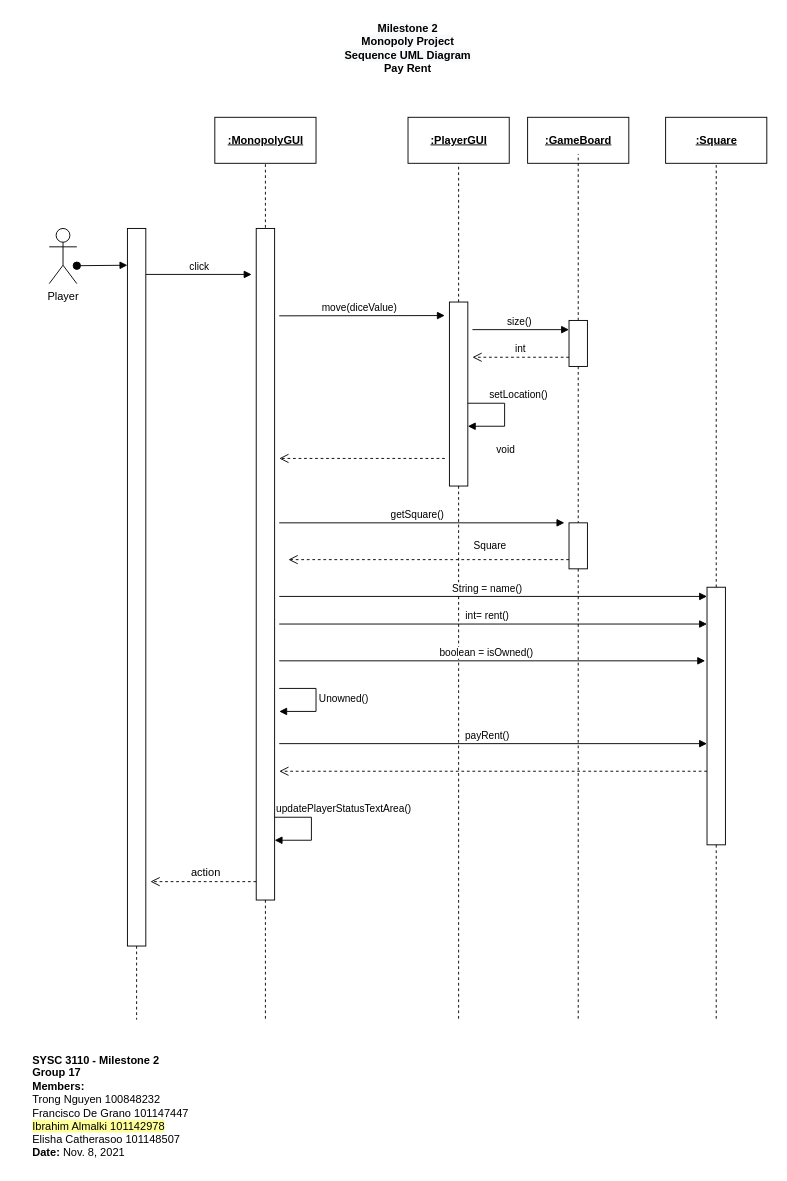
Earlier version of the draw.io diagram page "SequenceUML_3" (4 of 5) of M2_ClassUML.drawio (trong0dn/monopoly). Source tidied: cells renumbered, new cells numbered last; positions are measured from the earlier drawing's top-left corner, leaving out a move shared by most shapes. Both pictures are drawn from the tidied source at 92%, with x=0, y=0 at pixel (30, 16).
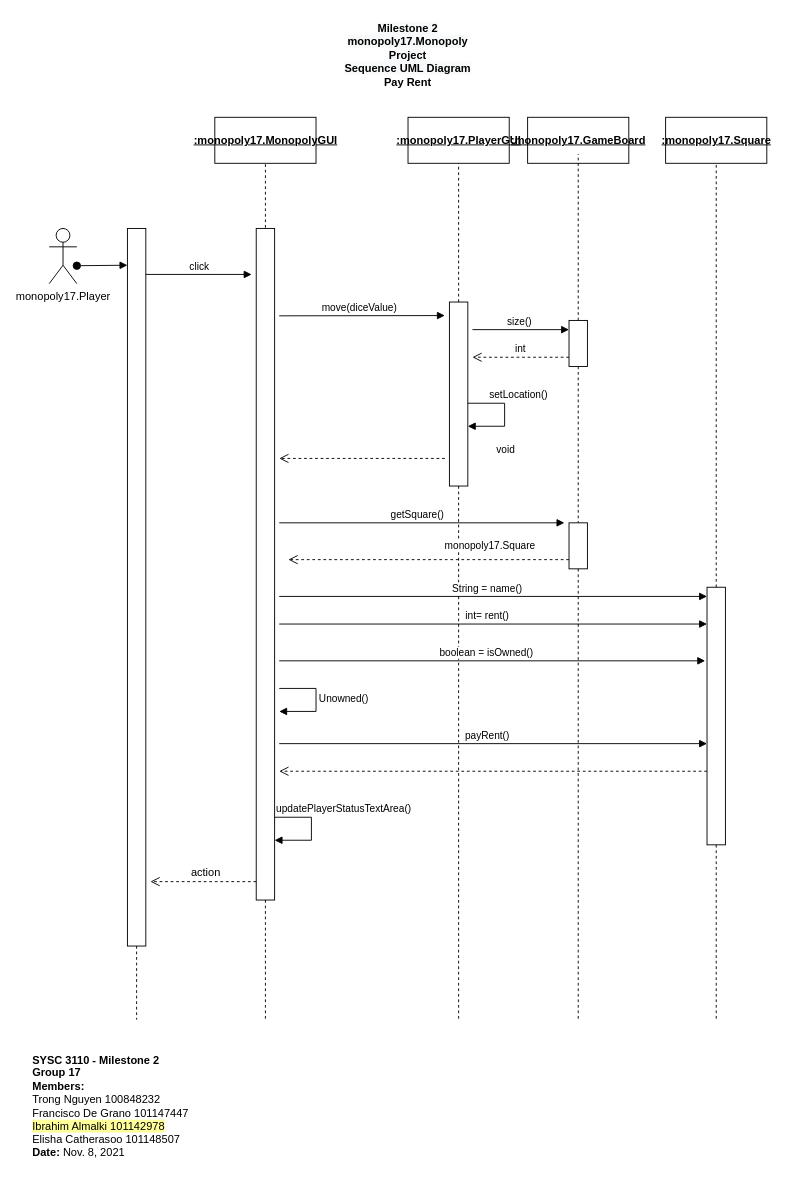
The same diagram, later.

The change refers to these unchanged cells:
```xml
<mxCell id="31" style="html=1;verticalAlign=bottom;endArrow=open;dashed=1;endSize=8;rounded=0;" parent="1" edge="1">
  <mxGeometry relative="1" as="geometry">
    <mxPoint x="585" y="590.8" as="sourcePoint" />
    <mxPoint x="280" y="590.8" as="targetPoint" />
  </mxGeometry>
</mxCell>
```

Diff of the diagram source:
```diff
@@
-    <mxCell id="3" value="&lt;b style=&quot;color: rgb(0 , 0 , 0) ; font-family: &amp;#34;helvetica&amp;#34; ; font-size: 12px ; font-style: normal ; letter-spacing: normal ; text-indent: 0px ; text-transform: none ; word-spacing: 0px ; background-color: rgb(248 , 249 , 250)&quot;&gt;Milestone 2&lt;br&gt;Monopoly Project&lt;br&gt;Sequence UML Diagram&lt;br&gt;&lt;div&gt;&lt;b&gt;Pay Rent&lt;/b&gt;&lt;/div&gt;&lt;/b&gt;" style="text;whiteSpace=wrap;html=1;align=center;" parent="1" vertex="1">
+    <mxCell id="3" value="&lt;b style=&quot;color: rgb(0 , 0 , 0) ; font-family: &amp;#34;helvetica&amp;#34; ; font-size: 12px ; font-style: normal ; letter-spacing: normal ; text-indent: 0px ; text-transform: none ; word-spacing: 0px ; background-color: rgb(248 , 249 , 250)&quot;&gt;Milestone 2&lt;br&gt;monopoly17.Monopoly Project&lt;br&gt;Sequence UML Diagram&lt;br&gt;&lt;div&gt;&lt;b&gt;Pay Rent&lt;/b&gt;&lt;/div&gt;&lt;/b&gt;" style="text;whiteSpace=wrap;html=1;align=center;" parent="1" vertex="1">
       <mxGeometry x="330" width="160" height="70" as="geometry" />
     </mxCell>
-    <mxCell id="4" value="Player" style="shape=umlActor;verticalLabelPosition=bottom;verticalAlign=top;html=1;" parent="1" vertex="1">
+    <mxCell id="4" value="monopoly17.Player" style="shape=umlActor;verticalLabelPosition=bottom;verticalAlign=top;html=1;" parent="1" vertex="1">
       <mxGeometry x="20" y="230.8" width="30" height="60" as="geometry" />
     </mxCell>
@@
-    <mxCell id="6" value="&lt;b&gt;&lt;u&gt;:MonopolyGUI&lt;/u&gt;&lt;/b&gt;" style="html=1;align=center;" parent="1" vertex="1">
+    <mxCell id="6" value="&lt;b&gt;&lt;u&gt;:monopoly17.MonopolyGUI&lt;/u&gt;&lt;/b&gt;" style="html=1;align=center;" parent="1" vertex="1">
       <mxGeometry x="200" y="110" width="110" height="50" as="geometry" />
     </mxCell>
@@
-    <mxCell id="9" value="&lt;b&gt;&lt;u&gt;:PlayerGUI&lt;/u&gt;&lt;/b&gt;" style="html=1;align=center;" parent="1" vertex="1">
+    <mxCell id="9" value="&lt;b&gt;&lt;u&gt;:monopoly17.PlayerGUI&lt;/u&gt;&lt;/b&gt;" style="html=1;align=center;" parent="1" vertex="1">
       <mxGeometry x="410" y="110" width="110" height="50" as="geometry" />
     </mxCell>
@@
-    <mxCell id="13" value="&lt;b&gt;&lt;u&gt;:GameBoard&lt;/u&gt;&lt;/b&gt;" style="html=1;align=center;" parent="1" vertex="1">
+    <mxCell id="13" value="&lt;b&gt;&lt;u&gt;:monopoly17.GameBoard&lt;/u&gt;&lt;/b&gt;" style="html=1;align=center;" parent="1" vertex="1">
       <mxGeometry x="540" y="110" width="110" height="50" as="geometry" />
     </mxCell>
@@
-    <mxCell id="24" value="&lt;b&gt;&lt;u&gt;:Square&lt;/u&gt;&lt;/b&gt;" style="html=1;align=center;" parent="1" vertex="1">
+    <mxCell id="24" value="&lt;b&gt;&lt;u&gt;:monopoly17.Square&lt;/u&gt;&lt;/b&gt;" style="html=1;align=center;" parent="1" vertex="1">
       <mxGeometry x="690" y="110" width="110" height="50" as="geometry" />
     </mxCell>
@@
-    <mxCell id="32" value="Square" style="edgeLabel;html=1;align=center;verticalAlign=middle;" parent="31" vertex="1">
+    <mxCell id="32" value="monopoly17.Square" style="edgeLabel;html=1;align=center;verticalAlign=middle;" parent="31" vertex="1">
       <mxGeometry x="-0.06" y="-3" relative="1" as="geometry">
         <mxPoint x="56" y="-12" as="offset" />
       </mxGeometry>
     </mxCell>
```
